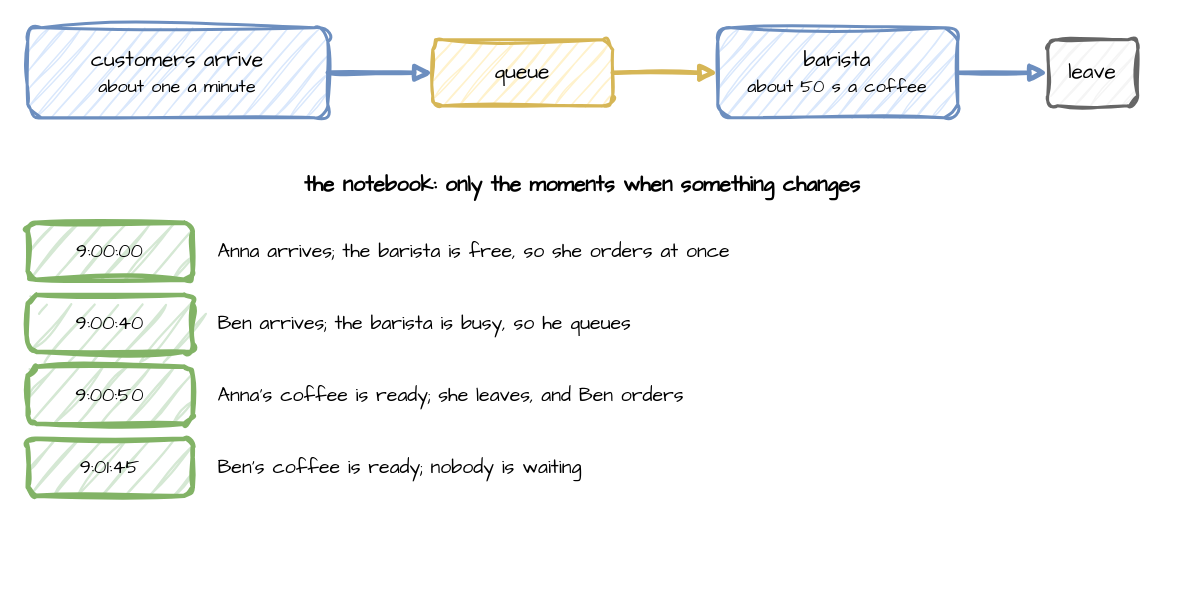
Before: docs/assets/diagrams/coffee-shop.drawio in jaehyeon-kim/desflow, a draw.io diagram. Source tidied: cells renumbered, new cells numbered last; positions are measured from the earlier drawing's top-left corner, leaving out a move shared by most shapes. Both pictures are drawn from the tidied source at 150%, with x=0, y=0 at pixel (27, 27).
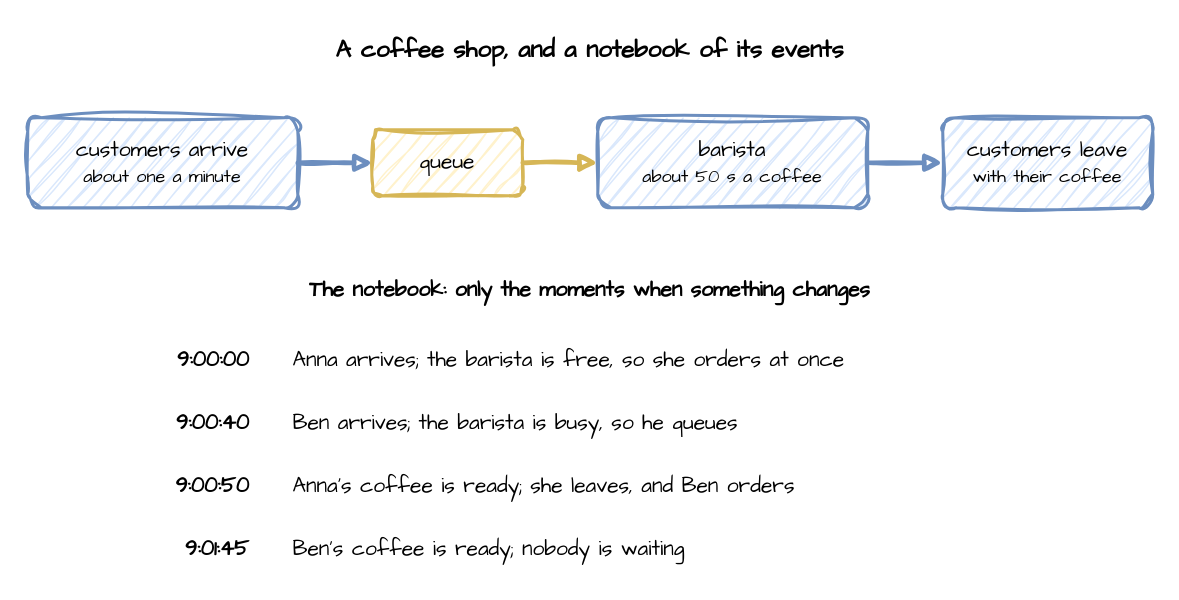
The same page after the edit.

What changed in the source:
```diff
@@
 <mxGraphModel>
   <root>
     <mxCell id="0" />
     <mxCell id="1" parent="0" />
+    <mxCell id="18" value="A coffee shop, and a notebook of its events" style="text;html=1;align=center;verticalAlign=middle;whiteSpace=wrap;fontFamily=Comic Sans MS;fontSize=16;fontStyle=1;" parent="1" vertex="1">
+      <mxGeometry width="750" height="30" as="geometry" />
+    </mxCell>
     <mxCell id="2" value="customers arrive&lt;br&gt;&lt;font style='font-size:12px'&gt;about one a minute&lt;/font&gt;" style="rounded=1;whiteSpace=wrap;html=1;sketch=1;curveFitting=1;jiggle=2;fontFamily=Comic Sans MS;fontSize=14;fillColor=#dae8fc;strokeColor=#6c8ebf;strokeWidth=2;" parent="1" vertex="1">
-      <mxGeometry width="200" height="60" as="geometry" />
+      <mxGeometry y="60" width="180" height="60" as="geometry" />
     </mxCell>
     <mxCell id="3" value="queue" style="rounded=1;whiteSpace=wrap;html=1;sketch=1;curveFitting=1;jiggle=2;fontFamily=Comic Sans MS;fontSize=14;fillColor=#fff2cc;strokeColor=#d6b656;strokeWidth=2;" parent="1" vertex="1">
-      <mxGeometry x="270" y="8" width="120" height="44" as="geometry" />
+      <mxGeometry x="230" y="68" width="100" height="44" as="geometry" />
     </mxCell>
     <mxCell id="4" value="barista&lt;br&gt;&lt;font style='font-size:12px'&gt;about 50 s a coffee&lt;/font&gt;" style="rounded=1;whiteSpace=wrap;html=1;sketch=1;curveFitting=1;jiggle=2;fontFamily=Comic Sans MS;fontSize=14;fillColor=#dae8fc;strokeColor=#6c8ebf;strokeWidth=2;" parent="1" vertex="1">
-      <mxGeometry x="460" width="160" height="60" as="geometry" />
+      <mxGeometry x="380" y="60" width="180" height="60" as="geometry" />
     </mxCell>
-    <mxCell id="5" value="leave" style="rounded=1;whiteSpace=wrap;html=1;sketch=1;curveFitting=1;jiggle=2;fontFamily=Comic Sans MS;fontSize=14;fillColor=#f5f5f5;strokeColor=#666666;strokeWidth=2;" parent="1" vertex="1">
-      <mxGeometry x="680" y="8" width="60" height="44" as="geometry" />
+    <mxCell id="5" value="customers leave&lt;br&gt;&lt;font style='font-size:12px'&gt;with their coffee&lt;/font&gt;" style="rounded=1;whiteSpace=wrap;html=1;sketch=1;curveFitting=1;jiggle=2;fontFamily=Comic Sans MS;fontSize=14;fillColor=#dae8fc;strokeColor=#6c8ebf;strokeWidth=2;" parent="1" vertex="1">
+      <mxGeometry x="610" y="60" width="140" height="60" as="geometry" />
     </mxCell>
     <mxCell id="6" style="edgeStyle=orthogonalEdgeStyle;rounded=0;sketch=1;html=1;strokeWidth=3;endArrow=block;strokeColor=#6c8ebf;fontFamily=Comic Sans MS;fontSize=13;labelBackgroundColor=#ffffff;exitX=1;exitY=0.5;exitDx=0;exitDy=0;entryX=0;entryY=0.5;entryDx=0;entryDy=0;" parent="1" edge="1" source="2" target="3">
       <mxGeometry relative="1" as="geometry" />
     </mxCell>
     <mxCell id="7" style="edgeStyle=orthogonalEdgeStyle;rounded=0;sketch=1;html=1;strokeWidth=3;endArrow=block;strokeColor=#d6b656;fontFamily=Comic Sans MS;fontSize=13;labelBackgroundColor=#ffffff;exitX=1;exitY=0.5;exitDx=0;exitDy=0;entryX=0;entryY=0.5;entryDx=0;entryDy=0;" parent="1" edge="1" source="3" target="4">
       <mxGeometry relative="1" as="geometry" />
     </mxCell>
     <mxCell id="8" style="edgeStyle=orthogonalEdgeStyle;rounded=0;sketch=1;html=1;strokeWidth=3;endArrow=block;strokeColor=#6c8ebf;fontFamily=Comic Sans MS;fontSize=13;labelBackgroundColor=#ffffff;exitX=1;exitY=0.5;exitDx=0;exitDy=0;entryX=0;entryY=0.5;entryDx=0;entryDy=0;" parent="1" edge="1" source="4" target="5">
       <mxGeometry relative="1" as="geometry" />
     </mxCell>
-    <mxCell id="9" value="&lt;b&gt;the notebook: only the moments when something changes&lt;/b&gt;" style="text;html=1;align=center;verticalAlign=middle;whiteSpace=wrap;html=1;sketch=1;curveFitting=1;jiggle=2;fontFamily=Comic Sans MS;fontSize=14;" parent="1" vertex="1">
-      <mxGeometry y="90" width="740" height="30" as="geometry" />
+    <mxCell id="9" value="The notebook: only the moments when something changes" style="text;html=1;align=center;verticalAlign=middle;whiteSpace=wrap;fontFamily=Comic Sans MS;fontSize=13;fontSize=14;fontStyle=1;" parent="1" vertex="1">
+      <mxGeometry y="160" width="750" height="30" as="geometry" />
     </mxCell>
-    <mxCell id="10" value="9:00:00" style="rounded=1;whiteSpace=wrap;html=1;sketch=1;curveFitting=1;jiggle=2;fontFamily=Comic Sans MS;fontSize=14;fillColor=#d5e8d4;strokeColor=#82b366;strokeWidth=3;fontSize=13;" parent="1" vertex="1">
-      <mxGeometry y="130" width="110" height="38" as="geometry" />
+    <mxCell id="10" value="9:00:00" style="text;html=1;align=center;verticalAlign=middle;whiteSpace=wrap;fontFamily=Comic Sans MS;fontSize=13;fontSize=14;fontStyle=1;align=right;" parent="1" vertex="1">
+      <mxGeometry x="60" y="205" width="90" height="34" as="geometry" />
     </mxCell>
-    <mxCell id="11" value="Anna arrives; the barista is free, so she orders at once" style="text;html=1;align=center;verticalAlign=middle;whiteSpace=wrap;html=1;sketch=1;curveFitting=1;jiggle=2;fontFamily=Comic Sans MS;fontSize=14;align=left;fontSize=13;" parent="1" vertex="1">
-      <mxGeometry x="125" y="130" width="615" height="38" as="geometry" />
+    <mxCell id="11" value="Anna arrives; the barista is free, so she orders at once" style="text;html=1;align=center;verticalAlign=middle;whiteSpace=wrap;fontFamily=Comic Sans MS;fontSize=13;fontSize=14;align=left;" parent="1" vertex="1">
+      <mxGeometry x="175" y="205" width="520" height="34" as="geometry" />
     </mxCell>
-    <mxCell id="12" value="9:00:40" style="rounded=1;whiteSpace=wrap;html=1;sketch=1;curveFitting=1;jiggle=2;fontFamily=Comic Sans MS;fontSize=14;fillColor=#d5e8d4;strokeColor=#82b366;strokeWidth=3;fontSize=13;" parent="1" vertex="1">
-      <mxGeometry y="178" width="110" height="38" as="geometry" />
+    <mxCell id="12" value="9:00:40" style="text;html=1;align=center;verticalAlign=middle;whiteSpace=wrap;fontFamily=Comic Sans MS;fontSize=13;fontSize=14;fontStyle=1;align=right;" parent="1" vertex="1">
+      <mxGeometry x="60" y="247" width="90" height="34" as="geometry" />
     </mxCell>
-    <mxCell id="13" value="Ben arrives; the barista is busy, so he queues" style="text;html=1;align=center;verticalAlign=middle;whiteSpace=wrap;html=1;sketch=1;curveFitting=1;jiggle=2;fontFamily=Comic Sans MS;fontSize=14;align=left;fontSize=13;" parent="1" vertex="1">
-      <mxGeometry x="125" y="178" width="615" height="38" as="geometry" />
+    <mxCell id="13" value="Ben arrives; the barista is busy, so he queues" style="text;html=1;align=center;verticalAlign=middle;whiteSpace=wrap;fontFamily=Comic Sans MS;fontSize=13;fontSize=14;align=left;" parent="1" vertex="1">
+      <mxGeometry x="175" y="247" width="520" height="34" as="geometry" />
     </mxCell>
-    <mxCell id="14" value="9:00:50" style="rounded=1;whiteSpace=wrap;html=1;sketch=1;curveFitting=1;jiggle=2;fontFamily=Comic Sans MS;fontSize=14;fillColor=#d5e8d4;strokeColor=#82b366;strokeWidth=3;fontSize=13;" parent="1" vertex="1">
-      <mxGeometry y="226" width="110" height="38" as="geometry" />
+    <mxCell id="14" value="9:00:50" style="text;html=1;align=center;verticalAlign=middle;whiteSpace=wrap;fontFamily=Comic Sans MS;fontSize=13;fontSize=14;fontStyle=1;align=right;" parent="1" vertex="1">
+      <mxGeometry x="60" y="289" width="90" height="34" as="geometry" />
     </mxCell>
-    <mxCell id="15" value="Anna's coffee is ready; she leaves, and Ben orders" style="text;html=1;align=center;verticalAlign=middle;whiteSpace=wrap;html=1;sketch=1;curveFitting=1;jiggle=2;fontFamily=Comic Sans MS;fontSize=14;align=left;fontSize=13;" parent="1" vertex="1">
-      <mxGeometry x="125" y="226" width="615" height="38" as="geometry" />
+    <mxCell id="15" value="Anna's coffee is ready; she leaves, and Ben orders" style="text;html=1;align=center;verticalAlign=middle;whiteSpace=wrap;fontFamily=Comic Sans MS;fontSize=13;fontSize=14;align=left;" parent="1" vertex="1">
+      <mxGeometry x="175" y="289" width="520" height="34" as="geometry" />
     </mxCell>
-    <mxCell id="16" value="9:01:45" style="rounded=1;whiteSpace=wrap;html=1;sketch=1;curveFitting=1;jiggle=2;fontFamily=Comic Sans MS;fontSize=14;fillColor=#d5e8d4;strokeColor=#82b366;strokeWidth=3;fontSize=13;" parent="1" vertex="1">
-      <mxGeometry y="274" width="110" height="38" as="geometry" />
+    <mxCell id="16" value="9:01:45" style="text;html=1;align=center;verticalAlign=middle;whiteSpace=wrap;fontFamily=Comic Sans MS;fontSize=13;fontSize=14;fontStyle=1;align=right;" parent="1" vertex="1">
+      <mxGeometry x="60" y="331" width="90" height="34" as="geometry" />
     </mxCell>
-    <mxCell id="17" value="Ben's coffee is ready; nobody is waiting" style="text;html=1;align=center;verticalAlign=middle;whiteSpace=wrap;html=1;sketch=1;curveFitting=1;jiggle=2;fontFamily=Comic Sans MS;fontSize=14;align=left;fontSize=13;" parent="1" vertex="1">
-      <mxGeometry x="125" y="274" width="615" height="38" as="geometry" />
+    <mxCell id="17" value="Ben's coffee is ready; nobody is waiting" style="text;html=1;align=center;verticalAlign=middle;whiteSpace=wrap;fontFamily=Comic Sans MS;fontSize=13;fontSize=14;align=left;" parent="1" vertex="1">
+      <mxGeometry x="175" y="331" width="520" height="34" as="geometry" />
     </mxCell>
   </root>
 </mxGraphModel>
```
